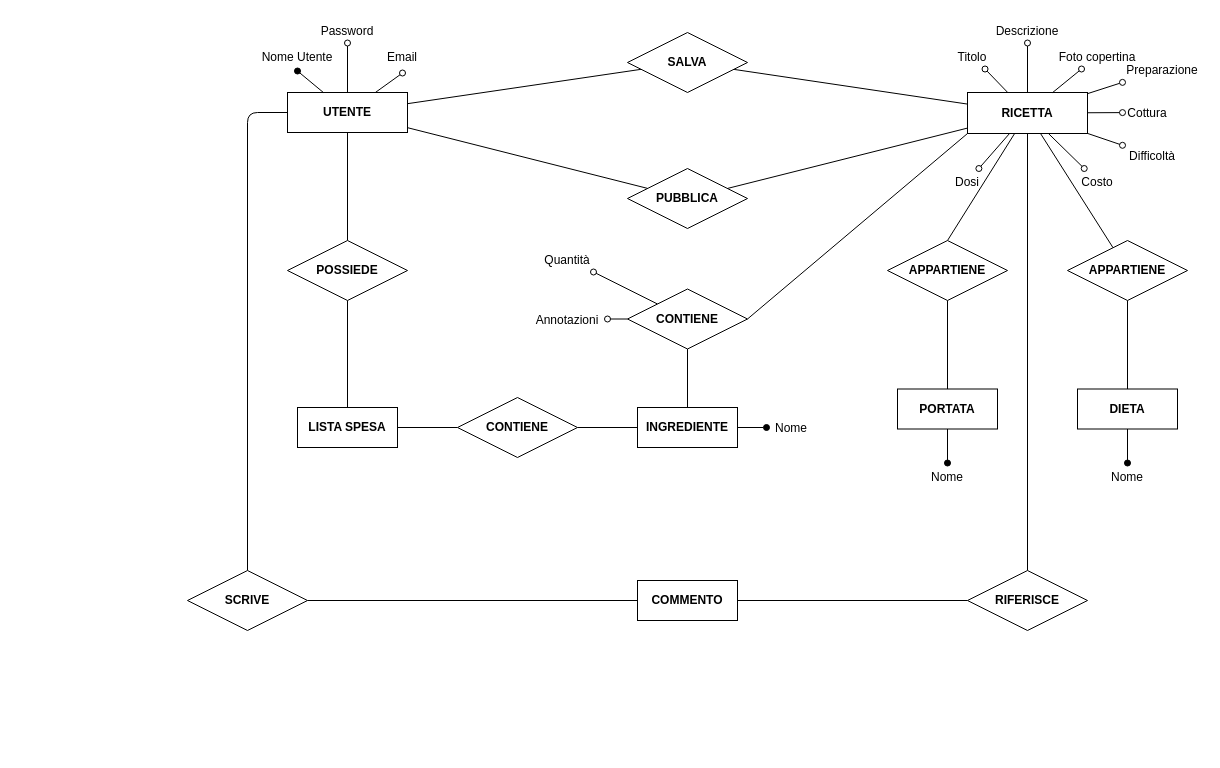
Above: progetto/Untitled Diagram.drawio in m0canu1/database (draw.io), before the change. Source tidied: cells renumbered, new cells numbered last; positions are measured from the earlier drawing's top-left corner, leaving out a move shared by most shapes. Both pictures are drawn from the tidied source at 100%, with x=0, y=0 at pixel (187, 16).
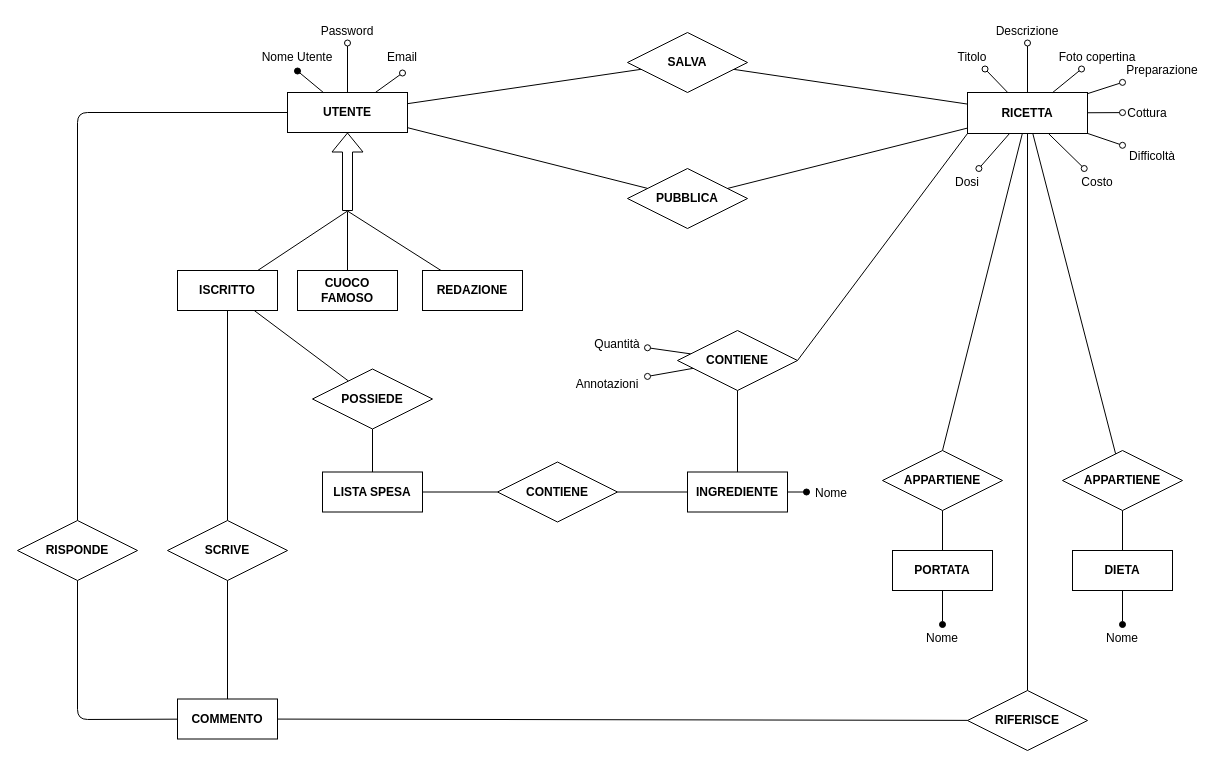
The same page after the edit.

Unchanged cells that the change refers to:
```xml
<mxCell id="4" value="UTENTE" style="whiteSpace=wrap;html=1;align=center;rounded=0;shadow=0;glass=0;comic=0;verticalAlign=middle;horizontal=1;fontStyle=1;" parent="1" vertex="1">
  <mxGeometry x="100" y="76" width="120" height="40" as="geometry" />
</mxCell>
```

Change to the diagram source:
```diff
@@
-    <mxCell id="3" style="edgeStyle=none;jettySize=auto;html=1;startArrow=none;startFill=0;endArrow=none;endFill=0;endSize=6;strokeWidth=1;fontSize=12;align=center;exitX=0;exitY=0.5;exitDx=0;exitDy=0;" parent="1" edge="1" source="4" target="63">
-      <mxGeometry relative="1" as="geometry">
-        <Array as="points">
-          <mxPoint x="60" y="96" />
-        </Array>
-      </mxGeometry>
+    <mxCell id="3" style="edgeStyle=none;jettySize=auto;html=1;startArrow=none;startFill=0;endArrow=none;endFill=0;endSize=6;strokeWidth=1;fontSize=12;align=center;" parent="1" edge="1" source="71" target="63">
+      <mxGeometry relative="1" as="geometry" />
     </mxCell>
+    <mxCell id="68" style="edgeStyle=none;shape=flexArrow;jettySize=auto;html=1;startArrow=block;startFill=0;endArrow=none;endFill=0;strokeWidth=1;fontSize=12;align=center;" parent="1" edge="1" source="4" target="76">
+      <mxGeometry relative="1" as="geometry" />
+    </mxCell>
+    <mxCell id="69" style="edgeStyle=none;jettySize=auto;html=1;startArrow=none;startFill=0;endArrow=none;endFill=0;strokeWidth=1;fontSize=12;align=center;" parent="1" edge="1" source="4" target="79">
+      <mxGeometry relative="1" as="geometry">
+        <Array as="points">
+          <mxPoint x="-110" y="96" />
+        </Array>
+      </mxGeometry>
+    </mxCell>
@@
     <mxCell id="6" value="DIETA" style="whiteSpace=wrap;html=1;align=center;rounded=0;shadow=0;glass=0;comic=0;fontStyle=1;" parent="1" vertex="1">
-      <mxGeometry x="890" y="372.5" width="100" height="40" as="geometry" />
+      <mxGeometry x="885" y="534" width="100" height="40" as="geometry" />
     </mxCell>
@@
-    <mxCell id="11" style="edgeStyle=none;jettySize=auto;html=1;startArrow=none;startFill=0;endArrow=none;endFill=0;endSize=6;fontSize=12;align=center;" parent="1" edge="1" source="12" target="55">
+    <mxCell id="11" style="edgeStyle=none;jettySize=auto;html=1;startArrow=none;startFill=0;endArrow=none;endFill=0;strokeWidth=1;fontSize=12;align=center;" parent="1" edge="1" source="12" target="55">
       <mxGeometry relative="1" as="geometry" />
     </mxCell>
     <mxCell id="12" value="INGREDIENTE" style="whiteSpace=wrap;html=1;align=center;fontStyle=1;" parent="1" vertex="1">
-      <mxGeometry x="450" y="391" width="100" height="40" as="geometry" />
+      <mxGeometry x="500" y="455.5" width="100" height="40" as="geometry" />
     </mxCell>
@@
     <mxCell id="22" value="CONTIENE" style="shape=rhombus;perimeter=rhombusPerimeter;whiteSpace=wrap;html=1;align=center;rounded=0;shadow=0;glass=0;comic=0;fontSize=12;fontStyle=1;" parent="1" vertex="1">
-      <mxGeometry x="440" y="272.5" width="120" height="60" as="geometry" />
+      <mxGeometry x="490" y="314" width="120" height="60" as="geometry" />
     </mxCell>
@@
     <mxCell id="41" value="Nome" style="text;strokeColor=none;fillColor=none;spacingLeft=4;spacingRight=4;overflow=hidden;points=[[0,0.5],[1,0.5]];portConstraint=eastwest;fontSize=12;align=center;" parent="1" vertex="1">
-      <mxGeometry x="579" y="398" width="50" height="26" as="geometry" />
+      <mxGeometry x="619" y="462.5" width="50" height="26" as="geometry" />
     </mxCell>
     <mxCell id="42" value="Quantità" style="text;strokeColor=none;fillColor=none;spacingLeft=4;spacingRight=4;overflow=hidden;points=[[0,0.5],[1,0.5]];portConstraint=eastwest;fontSize=12;align=center;" parent="1" vertex="1">
-      <mxGeometry x="350" y="229.5" width="60" height="26" as="geometry" />
+      <mxGeometry x="400" y="314" width="60" height="26" as="geometry" />
     </mxCell>
     <mxCell id="43" value="Annotazioni" style="text;strokeColor=none;fillColor=none;spacingLeft=4;spacingRight=4;overflow=hidden;points=[[0,0.5],[1,0.5]];portConstraint=eastwest;fontSize=12;align=center;" parent="1" vertex="1">
-      <mxGeometry x="340" y="289.5" width="80" height="26" as="geometry" />
+      <mxGeometry x="380" y="354" width="80" height="26" as="geometry" />
     </mxCell>
@@
     <mxCell id="46" value="APPARTIENE" style="shape=rhombus;perimeter=rhombusPerimeter;whiteSpace=wrap;html=1;align=center;rounded=0;shadow=0;glass=0;comic=0;fontSize=12;fontStyle=1;" parent="1" vertex="1">
-      <mxGeometry x="880" y="224" width="120" height="60" as="geometry" />
+      <mxGeometry x="875" y="434" width="120" height="60" as="geometry" />
     </mxCell>
     <mxCell id="47" value="Nome" style="text;strokeColor=none;fillColor=none;spacingLeft=4;spacingRight=4;overflow=hidden;points=[[0,0.5],[1,0.5]];portConstraint=eastwest;fontSize=12;align=center;" parent="1" vertex="1">
-      <mxGeometry x="920" y="446.5" width="40" height="26" as="geometry" />
+      <mxGeometry x="915" y="608" width="40" height="26" as="geometry" />
     </mxCell>
@@
     <mxCell id="50" value="PORTATA" style="whiteSpace=wrap;html=1;align=center;rounded=0;shadow=0;glass=0;comic=0;strokeColor=#000000;fillColor=none;fontSize=12;fontStyle=1;" parent="1" vertex="1">
-      <mxGeometry x="710" y="372.5" width="100" height="40" as="geometry" />
+      <mxGeometry x="705" y="534" width="100" height="40" as="geometry" />
     </mxCell>
@@
     <mxCell id="52" value="&lt;b&gt;APPARTIENE&lt;/b&gt;" style="shape=rhombus;perimeter=rhombusPerimeter;whiteSpace=wrap;html=1;align=center;" parent="1" vertex="1">
-      <mxGeometry x="700" y="224" width="120" height="60" as="geometry" />
+      <mxGeometry x="695" y="434" width="120" height="60" as="geometry" />
     </mxCell>
     <mxCell id="53" value="Nome" style="text;strokeColor=none;fillColor=none;spacingLeft=4;spacingRight=4;overflow=hidden;points=[[0,0.5],[1,0.5]];portConstraint=eastwest;fontSize=12;align=center;" parent="1" vertex="1">
-      <mxGeometry x="735" y="446.5" width="50" height="26" as="geometry" />
+      <mxGeometry x="730" y="608" width="50" height="26" as="geometry" />
     </mxCell>
@@
     <mxCell id="55" value="CONTIENE" style="shape=rhombus;perimeter=rhombusPerimeter;whiteSpace=wrap;html=1;align=center;fontStyle=1;" parent="1" vertex="1">
-      <mxGeometry x="270" y="381" width="120" height="60" as="geometry" />
+      <mxGeometry x="310" y="445.5" width="120" height="60" as="geometry" />
     </mxCell>
@@
     <mxCell id="57" value="LISTA SPESA" style="whiteSpace=wrap;html=1;align=center;fontStyle=1;" parent="1" vertex="1">
-      <mxGeometry x="110" y="391" width="100" height="40" as="geometry" />
+      <mxGeometry x="135" y="455.5" width="100" height="40" as="geometry" />
     </mxCell>
-    <mxCell id="58" style="edgeStyle=none;jettySize=auto;html=1;startArrow=none;startFill=0;endArrow=none;endFill=0;endSize=6;fontSize=12;align=center;" parent="1" edge="1" source="59" target="4">
+    <mxCell id="58" style="edgeStyle=none;jettySize=auto;html=1;startArrow=none;startFill=0;endArrow=none;endFill=0;endSize=6;fontSize=12;align=center;" parent="1" edge="1" source="59" target="71">
       <mxGeometry relative="1" as="geometry" />
     </mxCell>
     <mxCell id="59" value="POSSIEDE" style="shape=rhombus;perimeter=rhombusPerimeter;whiteSpace=wrap;html=1;align=center;fontStyle=1;" parent="1" vertex="1">
-      <mxGeometry x="100" y="224" width="120" height="60" as="geometry" />
+      <mxGeometry x="125" y="352.5" width="120" height="60" as="geometry" />
     </mxCell>
@@
     <mxCell id="63" value="SCRIVE" style="shape=rhombus;perimeter=rhombusPerimeter;whiteSpace=wrap;html=1;align=center;fontStyle=1;" parent="1" vertex="1">
-      <mxGeometry y="554" width="120" height="60" as="geometry" />
+      <mxGeometry x="-20" y="504" width="120" height="60" as="geometry" />
     </mxCell>
@@
     <mxCell id="65" value="COMMENTO" style="whiteSpace=wrap;html=1;align=center;fontStyle=1;" parent="1" vertex="1">
-      <mxGeometry x="450" y="564" width="100" height="40" as="geometry" />
+      <mxGeometry x="-10" y="682.5" width="100" height="40" as="geometry" />
     </mxCell>
@@
     <mxCell id="67" value="RIFERISCE" style="shape=rhombus;perimeter=rhombusPerimeter;whiteSpace=wrap;html=1;align=center;fontStyle=1;" parent="1" vertex="1">
-      <mxGeometry x="780" y="554" width="120" height="60" as="geometry" />
+      <mxGeometry x="780" y="674" width="120" height="60" as="geometry" />
     </mxCell>
+    <mxCell id="70" style="edgeStyle=none;jettySize=auto;html=1;startArrow=none;startFill=0;endArrow=none;endFill=0;strokeWidth=1;fontSize=12;align=center;" parent="1" edge="1" source="71" target="76">
+      <mxGeometry relative="1" as="geometry" />
+    </mxCell>
+    <mxCell id="71" value="ISCRITTO" style="whiteSpace=wrap;html=1;align=center;fontStyle=1;" parent="1" vertex="1">
+      <mxGeometry x="-10" y="254" width="100" height="40" as="geometry" />
+    </mxCell>
+    <mxCell id="72" style="edgeStyle=none;jettySize=auto;html=1;startArrow=none;startFill=0;endArrow=none;endFill=0;strokeWidth=1;fontSize=12;align=center;" parent="1" edge="1" source="73" target="76">
+      <mxGeometry relative="1" as="geometry" />
+    </mxCell>
+    <mxCell id="73" value="REDAZIONE" style="whiteSpace=wrap;html=1;align=center;fontStyle=1;" parent="1" vertex="1">
+      <mxGeometry x="235" y="254" width="100" height="40" as="geometry" />
+    </mxCell>
+    <mxCell id="74" style="edgeStyle=none;jettySize=auto;html=1;startArrow=none;startFill=0;endArrow=none;endFill=0;strokeWidth=1;fontSize=12;align=center;" parent="1" edge="1" source="75" target="76">
+      <mxGeometry relative="1" as="geometry" />
+    </mxCell>
+    <mxCell id="75" value="CUOCO FAMOSO" style="whiteSpace=wrap;html=1;align=center;fontStyle=1;" parent="1" vertex="1">
+      <mxGeometry x="110" y="254" width="100" height="40" as="geometry" />
+    </mxCell>
+    <mxCell id="76" value=" " style="text;strokeColor=none;fillColor=none;spacingLeft=4;spacingRight=4;overflow=hidden;points=[[0,0.5],[1,0.5]];portConstraint=eastwest;fontSize=12;align=center;" parent="1" vertex="1">
+      <mxGeometry x="160" y="194" height="1" as="geometry" />
+    </mxCell>
+    <mxCell id="77" style="edgeStyle=none;orthogonalLoop=1;jettySize=auto;html=1;exitX=0;exitY=0.5;exitDx=0;exitDy=0;startArrow=none;startFill=0;endArrow=none;endFill=0;strokeWidth=1;fontSize=12;align=center;" parent="1" edge="1" source="76" target="76">
+      <mxGeometry relative="1" as="geometry" />
+    </mxCell>
+    <mxCell id="78" style="edgeStyle=none;jettySize=auto;html=1;startArrow=none;startFill=0;endArrow=none;endFill=0;strokeWidth=1;fontSize=12;align=center;" parent="1" edge="1" source="79" target="65">
+      <mxGeometry relative="1" as="geometry">
+        <Array as="points">
+          <mxPoint x="-110" y="703" />
+        </Array>
+      </mxGeometry>
+    </mxCell>
+    <mxCell id="79" value="RISPONDE" style="shape=rhombus;perimeter=rhombusPerimeter;whiteSpace=wrap;html=1;align=center;fontStyle=1;" parent="1" vertex="1">
+      <mxGeometry x="-170" y="504" width="120" height="60" as="geometry" />
+    </mxCell>
```
